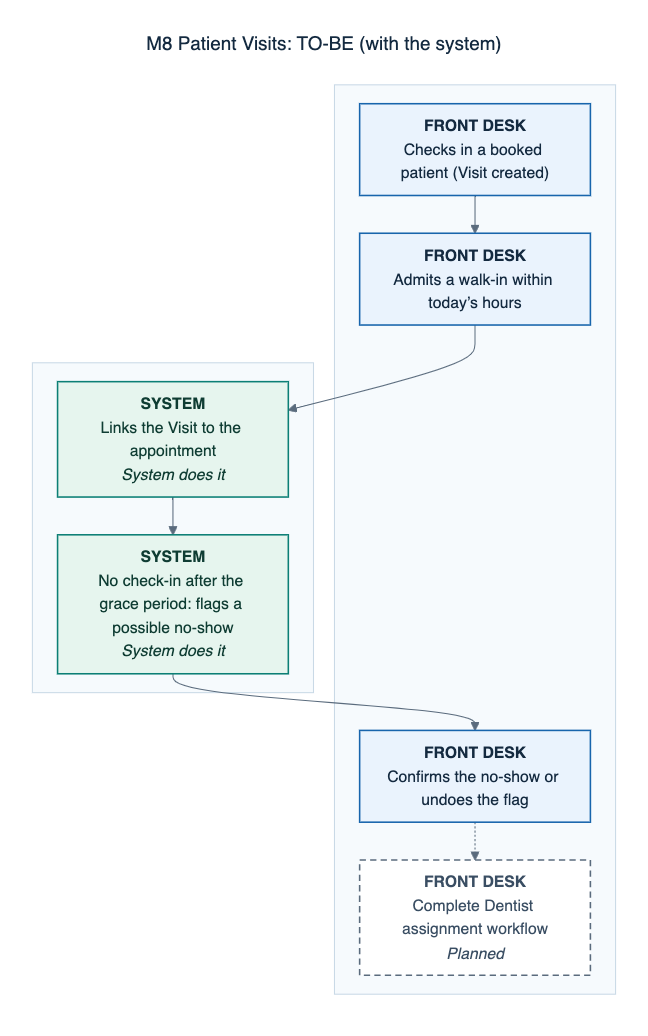
This is docs/defense/diagrams/png/M8-patient-visits-to-be.png from 0phem/multibranch-dental-clinic, a Mermaid export, as it was before one commit. Its source is kept beside it as docs/defense/diagrams/M8-patient-visits-to-be.mmd.
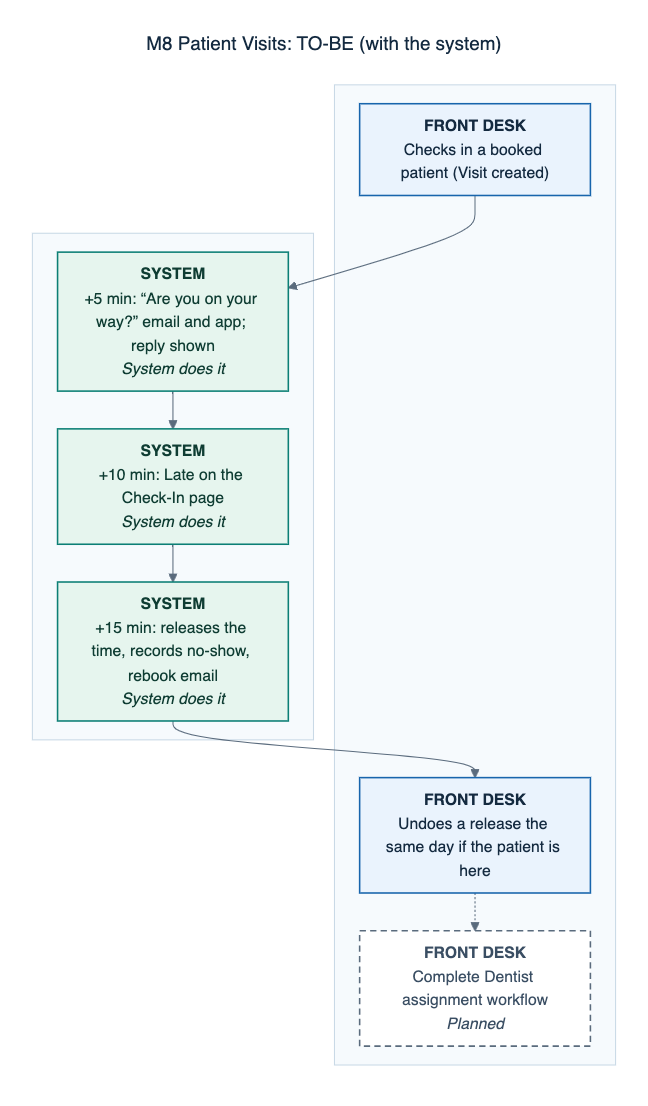
After the change.

Diff of the diagram source:
```diff
@@ -5,14 +5,14 @@
     subgraph L1[" "]
     direction LR
       S0["<b>FRONT DESK</b><br/>Checks in a booked patient (Visit created)"]:::manual
-      S1["<b>FRONT DESK</b><br/>Admits a walk-in within today’s hours"]:::manual
-      S4["<b>FRONT DESK</b><br/>Confirms the no-show or undoes the flag"]:::manual
+      S4["<b>FRONT DESK</b><br/>Undoes a release the same day if the patient is here"]:::manual
       S5["<b>FRONT DESK</b><br/>Complete Dentist assignment workflow<br/><i>Planned</i>"]:::planned
     end
     subgraph L4[" "]
     direction LR
-      S2["<b>SYSTEM</b><br/>Links the Visit to the appointment<br/><i>System does it</i>"]:::auto
-      S3["<b>SYSTEM</b><br/>No check-in after the grace period: flags a possible no-show<br/><i>System does it</i>"]:::auto
+      S1["<b>SYSTEM</b><br/>+5 min: “Are you on your way?” email and app; reply shown<br/><i>System does it</i>"]:::auto
+      S2["<b>SYSTEM</b><br/>+10 min: Late on the Check-In page<br/><i>System does it</i>"]:::auto
+      S3["<b>SYSTEM</b><br/>+15 min: releases the time, records no-show, rebook email<br/><i>System does it</i>"]:::auto
     end
     S0 --> S1
     S1 --> S2
```
